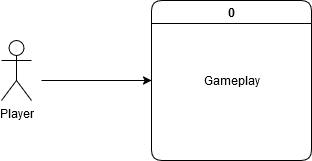
Earlier version of the draw.io export Docs/Data_Flow_Context_Diagram.png (GreenSkyGames/Breaking-Red). Source tidied: cells renumbered, new cells last; positions are measured from the earlier drawing's top-left corner, leaving out a move shared by most shapes.
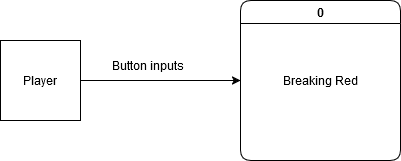
Later version of the same file.

The edit, as a diff of the source:
```diff
@@ -2,19 +2,20 @@
   <root>
     <mxCell id="0" />
     <mxCell id="1" parent="0" />
-    <mxCell id="2" value="Player" style="shape=umlActor;verticalLabelPosition=bottom;verticalAlign=top;html=1;outlineConnect=0;" parent="1" vertex="1">
-      <mxGeometry y="40" width="30" height="60" as="geometry" />
-    </mxCell>
     <mxCell id="3" value="0" style="swimlane;whiteSpace=wrap;html=1;rounded=1;" parent="1" vertex="1">
       <mxGeometry x="150" width="160" height="160" as="geometry" />
     </mxCell>
-    <mxCell id="4" value="Gameplay" style="text;html=1;align=center;verticalAlign=middle;strokeColor=none;fillColor=none;" parent="3" vertex="1">
-      <mxGeometry x="40" y="65" width="80" height="30" as="geometry" />
+    <mxCell id="4" value="Breaking Red" style="text;html=1;align=center;verticalAlign=middle;strokeColor=none;fillColor=none;" parent="3" vertex="1">
+      <mxGeometry x="35" y="65" width="90" height="30" as="geometry" />
     </mxCell>
-    <mxCell id="5" style="endArrow=classic;html=1;rounded=0;entryX=0;entryY=0.5;entryDx=0;entryDy=0;" parent="1" edge="1" target="3">
-      <mxGeometry relative="1" as="geometry">
-        <mxPoint x="40" y="80" as="sourcePoint" />
-      </mxGeometry>
+    <mxCell id="5" style="endArrow=classic;html=1;rounded=0;entryX=0;entryY=0.5;entryDx=0;entryDy=0;exitX=1;exitY=0.5;exitDx=0;exitDy=0;" parent="1" edge="1" source="2" target="3">
+      <mxGeometry relative="1" as="geometry" />
     </mxCell>
+    <mxCell id="2" value="Player" style="whiteSpace=wrap;html=1;" parent="1" vertex="1">
+      <mxGeometry x="-90" y="40" width="80" height="80" as="geometry" />
+    </mxCell>
+    <mxCell id="6" value="Button inputs" style="text;html=1;align=center;verticalAlign=middle;whiteSpace=wrap;rounded=0;" parent="1" vertex="1">
+      <mxGeometry x="20" y="50" width="75" height="30" as="geometry" />
+    </mxCell>
   </root>
 </mxGraphModel>
```
